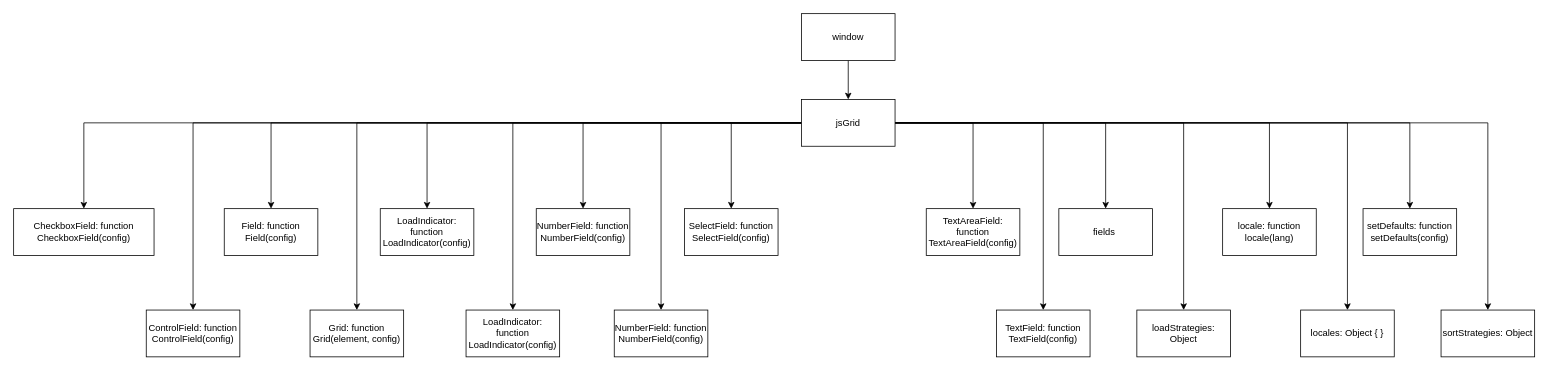
Earlier version of the draw.io diagram jsGrid架构.drawio (ghr12345/bianyiqi). Source tidied: cells renumbered, new cells numbered last; positions are measured from the earlier drawing's top-left corner, leaving out a move shared by most shapes. Both pictures are drawn from the tidied source at 78%, with x=0, y=0 at pixel (13, 13).
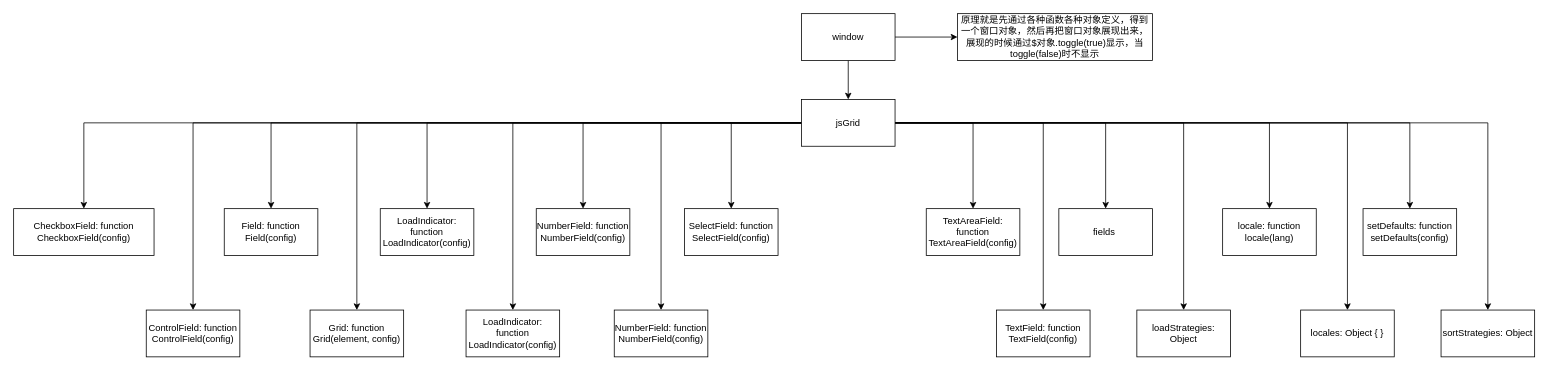
The same page after the edit.

Unchanged cells that the change refers to:
```xml
<mxCell id="3" value="window" style="rounded=0;whiteSpace=wrap;html=1;" parent="1" vertex="1">
  <mxGeometry x="1010" width="120" height="60" as="geometry" />
</mxCell>
```

What changed in the source:
```diff
@@
+    <mxCell id="39" style="edgeStyle=orthogonalEdgeStyle;rounded=0;jettySize=auto;html=1;" parent="1" edge="1" source="3" target="40">
+      <mxGeometry relative="1" as="geometry" />
+    </mxCell>
@@
+    <mxCell id="40" value="原理就是先通过各种函数各种对象定义，得到一个窗口对象，然后再把窗口对象展现出来，展现的时候通过$对象.toggle(true)显示，当toggle(false)时不显示" style="whiteSpace=wrap;html=1;rounded=0;" parent="1" vertex="1">
+      <mxGeometry x="1210" width="250" height="60" as="geometry" />
+    </mxCell>
```
